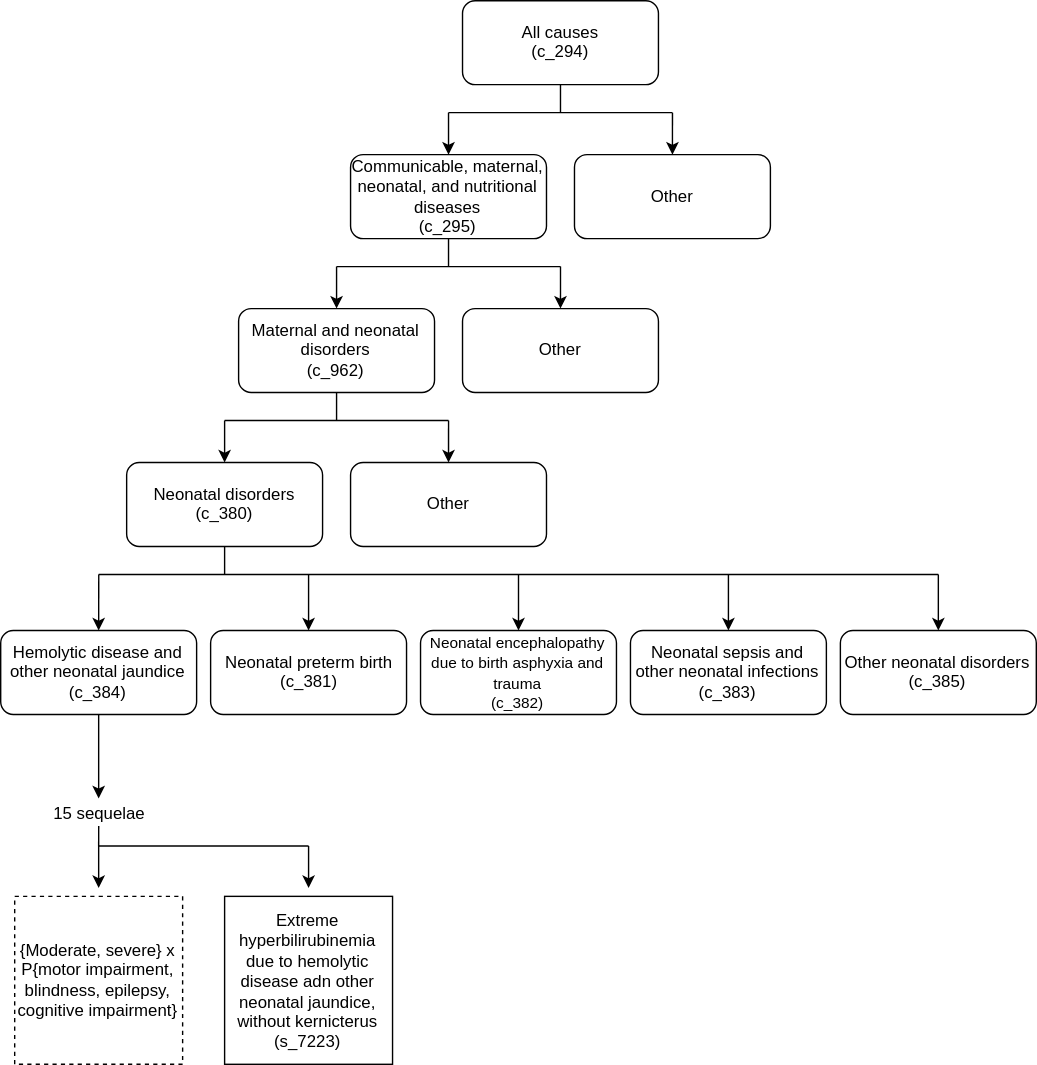
Earlier version of the draw.io export docs/source/models/gbd2017/causes/neonatal_jaundice/jaundice_cause_hierarchy.svg (ihmeuw/vivarium_research). Source tidied: cells renumbered, new cells last; positions are measured from the earlier drawing's top-left corner, leaving out a move shared by most shapes.
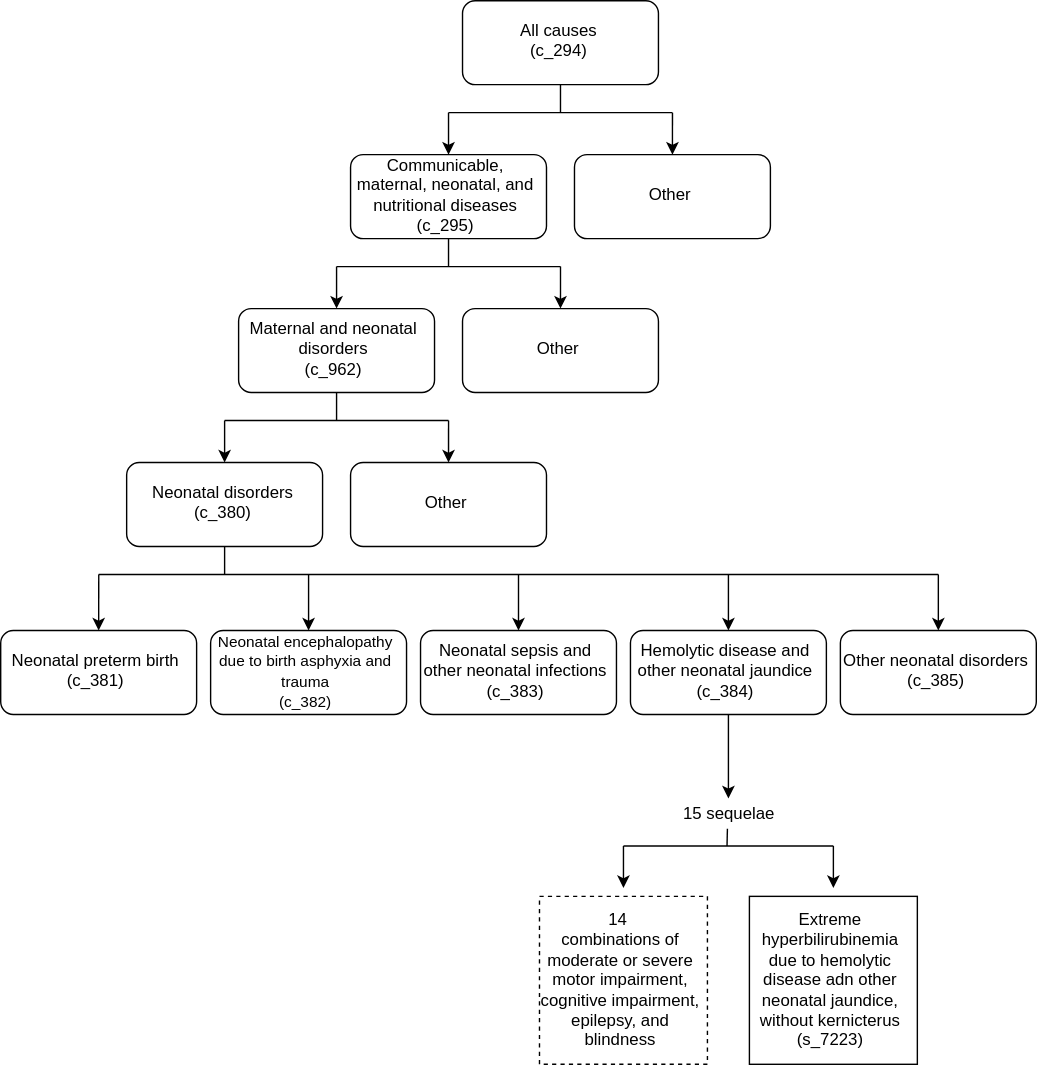
Later version of the same file.

Commit message:
reordered children or neonatal disease, and changed from set notation to sentence format for sequela

Change to the diagram source:
```diff
@@ -29,20 +29,20 @@
     </mxCell>
     <mxCell id="8" style="endArrow=none;html=1;" parent="1" edge="1">
       <mxGeometry relative="1" as="geometry">
-        <mxPoint x="70" y="604" as="sourcePoint" />
-        <mxPoint x="220" y="604" as="targetPoint" />
+        <mxPoint x="445" y="604" as="sourcePoint" />
+        <mxPoint x="595" y="604" as="targetPoint" />
       </mxGeometry>
     </mxCell>
     <mxCell id="9" style="endArrow=classic;html=1;" parent="1" edge="1">
       <mxGeometry relative="1" as="geometry">
-        <mxPoint x="70" y="604" as="sourcePoint" />
-        <mxPoint x="70" y="634" as="targetPoint" />
+        <mxPoint x="445" y="604" as="sourcePoint" />
+        <mxPoint x="445" y="634" as="targetPoint" />
       </mxGeometry>
     </mxCell>
     <mxCell id="10" style="endArrow=classic;html=1;" parent="1" edge="1">
       <mxGeometry relative="1" as="geometry">
-        <mxPoint x="220" y="604" as="sourcePoint" />
-        <mxPoint x="220" y="634" as="targetPoint" />
+        <mxPoint x="595" y="604" as="sourcePoint" />
+        <mxPoint x="595" y="634" as="targetPoint" />
       </mxGeometry>
     </mxCell>
     <mxCell id="11" style="endArrow=classic;html=1;entryX=0.5;entryY=0;entryDx=0;entryDy=0;" parent="1" edge="1" target="2">
@@ -112,24 +112,23 @@
       <mxGeometry relative="1" as="geometry" />
     </mxCell>
     <mxCell id="25" value="15 sequelae" style="text;html=1;align=center;verticalAlign=middle;points=[];" parent="1" vertex="1">
-      <mxGeometry x="30" y="570" width="80" height="20" as="geometry" />
+      <mxGeometry x="480" y="570" width="80" height="20" as="geometry" />
     </mxCell>
-    <mxCell id="26" style="endArrow=none;html=1;exitX=0.488;exitY=0.989;exitDx=0;exitDy=0;exitPerimeter=0;" parent="1" edge="1">
+    <mxCell id="26" style="endArrow=none;html=1;exitX=0.491;exitY=1.085;exitDx=0;exitDy=0;exitPerimeter=0;" parent="1" edge="1" source="25">
       <mxGeometry relative="1" as="geometry">
-        <mxPoint x="70" y="589.8" as="sourcePoint" />
-        <mxPoint x="70" y="604" as="targetPoint" />
+        <mxPoint x="519" y="604" as="targetPoint" />
       </mxGeometry>
     </mxCell>
-    <mxCell id="27" style="endArrow=classic;html=1;entryX=0.5;entryY=0;entryDx=0;entryDy=0;" parent="1" edge="1" target="32">
+    <mxCell id="27" style="endArrow=classic;html=1;entryX=0.5;entryY=0;entryDx=0;entryDy=0;" parent="1" edge="1" target="29">
       <mxGeometry relative="1" as="geometry">
         <mxPoint x="70.1" y="410" as="sourcePoint" />
       </mxGeometry>
     </mxCell>
     <mxCell id="28" value="&lt;font style=&quot;font-size: 11px&quot;&gt;Neonatal encephalopathy due to birth asphyxia and trauma&lt;br&gt;(c_382)&lt;/font&gt;" style="rounded=1;whiteSpace=wrap;html=1;" parent="1" vertex="1">
-      <mxGeometry x="300" y="450" width="140" height="60" as="geometry" />
+      <mxGeometry x="150" y="450" width="140" height="60" as="geometry" />
     </mxCell>
     <mxCell id="29" value="Neonatal preterm birth&lt;br&gt;(c_381)" style="rounded=1;whiteSpace=wrap;html=1;" parent="1" vertex="1">
-      <mxGeometry x="150" y="450" width="140" height="60" as="geometry" />
+      <mxGeometry y="450" width="140" height="60" as="geometry" />
     </mxCell>
     <mxCell id="30" style="endArrow=none;html=1;" parent="1" edge="1">
       <mxGeometry relative="1" as="geometry">
@@ -144,10 +143,10 @@
       </mxGeometry>
     </mxCell>
     <mxCell id="32" value="Hemolytic disease and other neonatal jaundice&lt;br&gt;(c_384)" style="rounded=1;whiteSpace=wrap;html=1;" parent="1" vertex="1">
-      <mxGeometry y="450" width="140" height="60" as="geometry" />
+      <mxGeometry x="450" y="450" width="140" height="60" as="geometry" />
     </mxCell>
     <mxCell id="33" value="&lt;font style=&quot;font-size: 12px&quot;&gt;Neonatal sepsis and other neonatal infections&lt;br&gt;&lt;/font&gt;(c_383)" style="rounded=1;whiteSpace=wrap;html=1;" parent="1" vertex="1">
-      <mxGeometry x="450" y="450" width="140" height="60" as="geometry" />
+      <mxGeometry x="300" y="450" width="140" height="60" as="geometry" />
     </mxCell>
     <mxCell id="34" value="Other neonatal disorders&lt;br&gt;(c_385)" style="rounded=1;whiteSpace=wrap;html=1;" parent="1" vertex="1">
       <mxGeometry x="600" y="450" width="140" height="60" as="geometry" />
@@ -157,26 +156,26 @@
         <mxPoint x="670" y="410" as="sourcePoint" />
       </mxGeometry>
     </mxCell>
-    <mxCell id="36" style="endArrow=classic;html=1;entryX=0.5;entryY=0;entryDx=0;entryDy=0;" parent="1" edge="1" target="28">
+    <mxCell id="36" style="endArrow=classic;html=1;" parent="1" edge="1" target="33">
       <mxGeometry relative="1" as="geometry">
         <mxPoint x="370" y="410" as="sourcePoint" />
       </mxGeometry>
     </mxCell>
-    <mxCell id="37" style="endArrow=classic;html=1;entryX=0.5;entryY=0;entryDx=0;entryDy=0;" parent="1" edge="1" target="29">
+    <mxCell id="37" style="endArrow=classic;html=1;entryX=0.5;entryY=0;entryDx=0;entryDy=0;" parent="1" edge="1" target="28">
       <mxGeometry relative="1" as="geometry">
         <mxPoint x="220" y="410" as="sourcePoint" />
       </mxGeometry>
     </mxCell>
-    <mxCell id="38" style="endArrow=classic;html=1;entryX=0.5;entryY=0;entryDx=0;entryDy=0;" parent="1" edge="1" target="33">
+    <mxCell id="38" style="endArrow=classic;html=1;entryX=0.5;entryY=0;entryDx=0;entryDy=0;" parent="1" edge="1" target="32">
       <mxGeometry relative="1" as="geometry">
         <mxPoint x="520" y="410" as="sourcePoint" />
       </mxGeometry>
     </mxCell>
-    <mxCell id="39" value="&lt;span style=&quot;white-space: normal&quot;&gt;{Moderate, severe} x P{motor impairment, blindness, epilepsy, cognitive impairment}&lt;/span&gt;" style="rounded=0;whiteSpace=wrap;html=1;dashed=1;" parent="1" vertex="1">
-      <mxGeometry x="10" y="640" width="120" height="120" as="geometry" />
+    <mxCell id="39" value="&lt;span style=&quot;white-space: normal&quot;&gt;14&amp;nbsp;&lt;br&gt;combinations of moderate or severe motor impairment, cognitive impairment, epilepsy, and blindness&lt;/span&gt;" style="rounded=0;whiteSpace=wrap;html=1;dashed=1;" parent="1" vertex="1">
+      <mxGeometry x="385" y="640" width="120" height="120" as="geometry" />
     </mxCell>
     <mxCell id="40" value="Extreme hyperbilirubinemia due to hemolytic disease adn other neonatal jaundice, without kernicterus&lt;br&gt;(s_7223)" style="rounded=0;whiteSpace=wrap;html=1;" parent="1" vertex="1">
-      <mxGeometry x="160" y="640" width="120" height="120" as="geometry" />
+      <mxGeometry x="535" y="640" width="120" height="120" as="geometry" />
     </mxCell>
   </root>
 </mxGraphModel>
```
